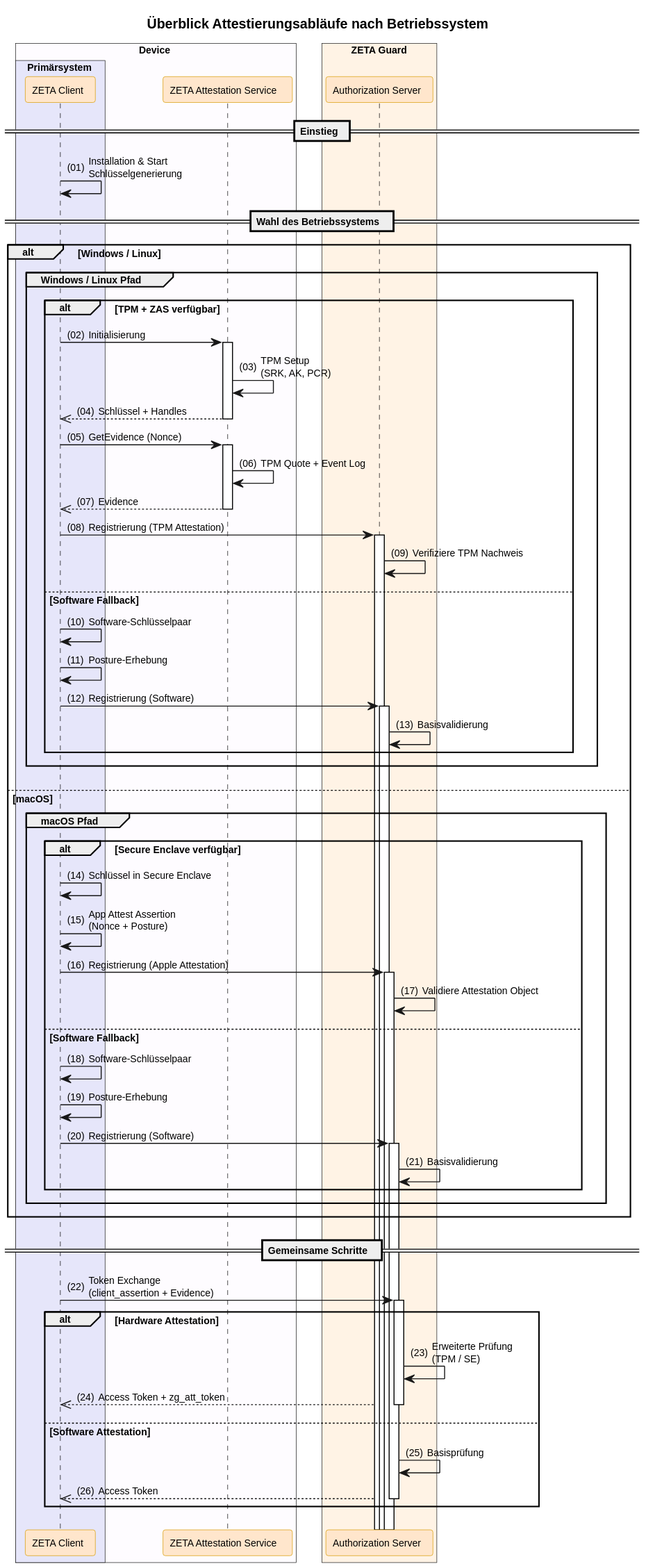
This is out/src/plantuml/zeta-flows/zeta-station-clients-overview/zeta-overview-attestation-decision-tree.svg from gematik/zeta, a PlantUML export, as it was before one commit. The source it was exported from:
```plantuml
@startuml
!include ../puml-layout.txt

!pragma teoz true

title Überblick Attestierungsabläufe nach Betriebssystem

box "Device" DEVICE_COLOR
  box "Primärsystem" PRIMAERSYSTEM_COLOR
    participant Client as "ZETA Client" <<zeta>>
  end box
  participant ZAS as "ZETA Attestation Service" <<zeta>>
end box

box "ZETA Guard" ZETA_GUARD_COLOR
  participant AuthS as "Authorization Server" <<zeta>>
end box

== Einstieg ==

Client -> Client: Installation & Start\nSchlüsselgenerierung

== Wahl des Betriebssystems ==

alt Windows / Linux

    group Windows / Linux Pfad

        alt TPM + ZAS verfügbar
            Client -> ZAS++: Initialisierung
            ZAS -> ZAS: TPM Setup\n(SRK, AK, PCR)
            ZAS -->> Client--: Schlüssel + Handles

            Client -> ZAS++: GetEvidence (Nonce)
            ZAS -> ZAS: TPM Quote + Event Log
            ZAS -->> Client--: Evidence

            Client -> AuthS++: Registrierung (TPM Attestation)
            AuthS -> AuthS: Verifiziere TPM Nachweis

        else Software Fallback

            Client -> Client: Software-Schlüsselpaar
            Client -> Client: Posture-Erhebung

            Client -> AuthS++: Registrierung (Software)
            AuthS -> AuthS: Basisvalidierung

        end

    end group

else macOS

    group macOS Pfad

        alt Secure Enclave verfügbar

            Client -> Client: Schlüssel in Secure Enclave
            Client -> Client: App Attest Assertion\n(Nonce + Posture)

            Client -> AuthS++: Registrierung (Apple Attestation)
            AuthS -> AuthS: Validiere Attestation Object

        else Software Fallback

            Client -> Client: Software-Schlüsselpaar
            Client -> Client: Posture-Erhebung

            Client -> AuthS++: Registrierung (Software)
            AuthS -> AuthS: Basisvalidierung

        end

    end group

end

== Gemeinsame Schritte ==

Client -> AuthS++: Token Exchange\n(client_assertion + Evidence)

alt Hardware Attestation
    AuthS -> AuthS: Erweiterte Prüfung\n(TPM / SE)
    AuthS -->> Client--: Access Token + zg_att_token
else Software Attestation
    AuthS -> AuthS: Basisprüfung
    AuthS -->> Client--: Access Token
end
@enduml
```
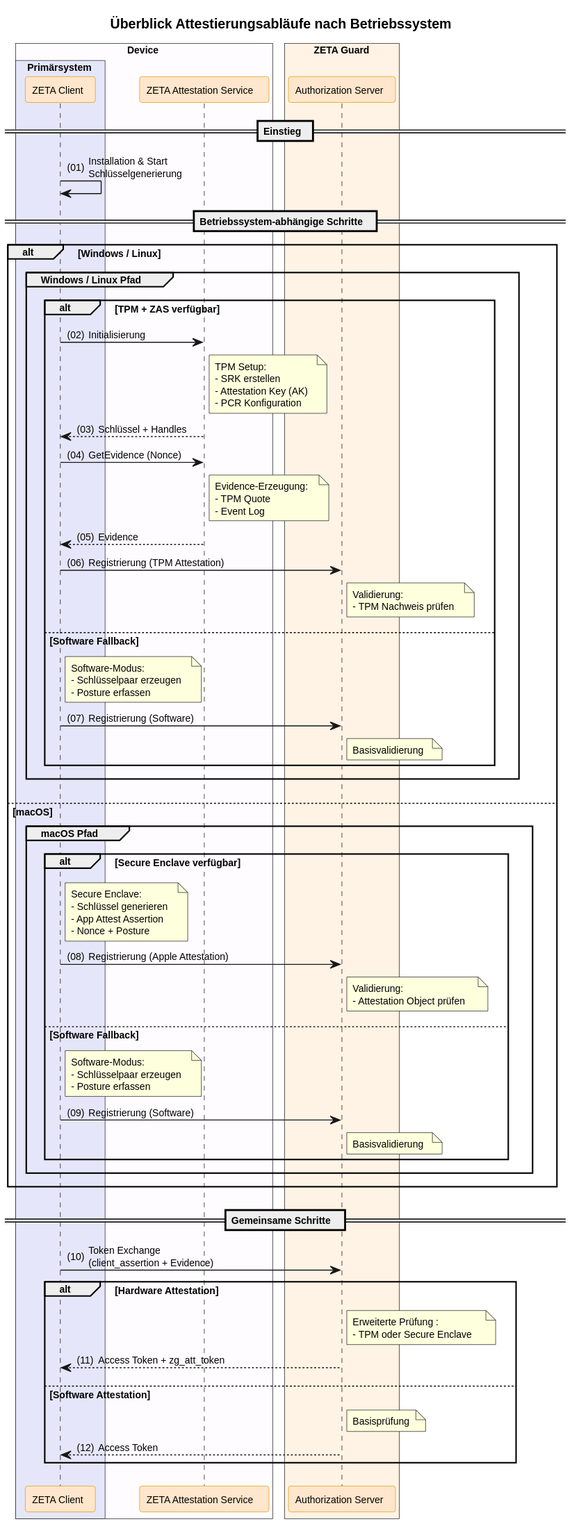
The same diagram one commit later.

Commit message:
update zeta client overview

Diff of the diagram source:
```diff
@@ -20,31 +20,54 @@
 
 Client -> Client: Installation & Start\nSchlüsselgenerierung
 
-== Wahl des Betriebssystems ==
+== Betriebssystem-abhängige Schritte ==
 
 alt Windows / Linux
 
     group Windows / Linux Pfad
 
         alt TPM + ZAS verfügbar
-            Client -> ZAS++: Initialisierung
-            ZAS -> ZAS: TPM Setup\n(SRK, AK, PCR)
-            ZAS -->> Client--: Schlüssel + Handles
+            Client -> ZAS: Initialisierung
 
-            Client -> ZAS++: GetEvidence (Nonce)
-            ZAS -> ZAS: TPM Quote + Event Log
-            ZAS -->> Client--: Evidence
+            note right of ZAS
+              TPM Setup:
+              - SRK erstellen
+              - Attestation Key (AK)
+              - PCR Konfiguration
+            end note
 
-            Client -> AuthS++: Registrierung (TPM Attestation)
-            AuthS -> AuthS: Verifiziere TPM Nachweis
+            ZAS --> Client: Schlüssel + Handles
+
+            Client -> ZAS: GetEvidence (Nonce)
+
+            note right of ZAS
+              Evidence-Erzeugung:
+              - TPM Quote
+              - Event Log
+            end note
+
+            ZAS --> Client: Evidence
+
+            Client -> AuthS: Registrierung (TPM Attestation)
+
+            note right of AuthS
+              Validierung:
+              - TPM Nachweis prüfen
+            end note
 
         else Software Fallback
 
-            Client -> Client: Software-Schlüsselpaar
-            Client -> Client: Posture-Erhebung
+            note right of Client
+              Software-Modus:
+              - Schlüsselpaar erzeugen
+              - Posture erfassen
+            end note
 
-            Client -> AuthS++: Registrierung (Software)
-            AuthS -> AuthS: Basisvalidierung
+            Client -> AuthS: Registrierung (Software)
+
+            note right of AuthS
+              Basisvalidierung
+            end note
 
         end
 
@@ -56,19 +79,33 @@
 
         alt Secure Enclave verfügbar
 
-            Client -> Client: Schlüssel in Secure Enclave
-            Client -> Client: App Attest Assertion\n(Nonce + Posture)
+            note right of Client
+              Secure Enclave:
+              - Schlüssel generieren
+              - App Attest Assertion
+              - Nonce + Posture
+            end note
 
-            Client -> AuthS++: Registrierung (Apple Attestation)
-            AuthS -> AuthS: Validiere Attestation Object
+            Client -> AuthS: Registrierung (Apple Attestation)
+
+            note right of AuthS
+              Validierung:
+              - Attestation Object prüfen
+            end note
 
         else Software Fallback
 
-            Client -> Client: Software-Schlüsselpaar
-            Client -> Client: Posture-Erhebung
+            note right of Client
+              Software-Modus:
+              - Schlüsselpaar erzeugen
+              - Posture erfassen
+            end note
 
-            Client -> AuthS++: Registrierung (Software)
-            AuthS -> AuthS: Basisvalidierung
+            Client -> AuthS: Registrierung (Software)
+
+            note right of AuthS
+              Basisvalidierung
+            end note
 
         end
 
@@ -78,13 +115,24 @@
 
 == Gemeinsame Schritte ==
 
-Client -> AuthS++: Token Exchange\n(client_assertion + Evidence)
+Client -> AuthS: Token Exchange\n(client_assertion + Evidence)
 
 alt Hardware Attestation
-    AuthS -> AuthS: Erweiterte Prüfung\n(TPM / SE)
-    AuthS -->> Client--: Access Token + zg_att_token
+
+    note right of AuthS
+      Erweiterte Prüfung :
+      - TPM oder Secure Enclave
+    end note
+
+    AuthS --> Client: Access Token + zg_att_token
+
 else Software Attestation
-    AuthS -> AuthS: Basisprüfung
-    AuthS -->> Client--: Access Token
+
+    note right of AuthS
+      Basisprüfung
+    end note
+
+    AuthS --> Client: Access Token
+
 end
 @enduml
```
